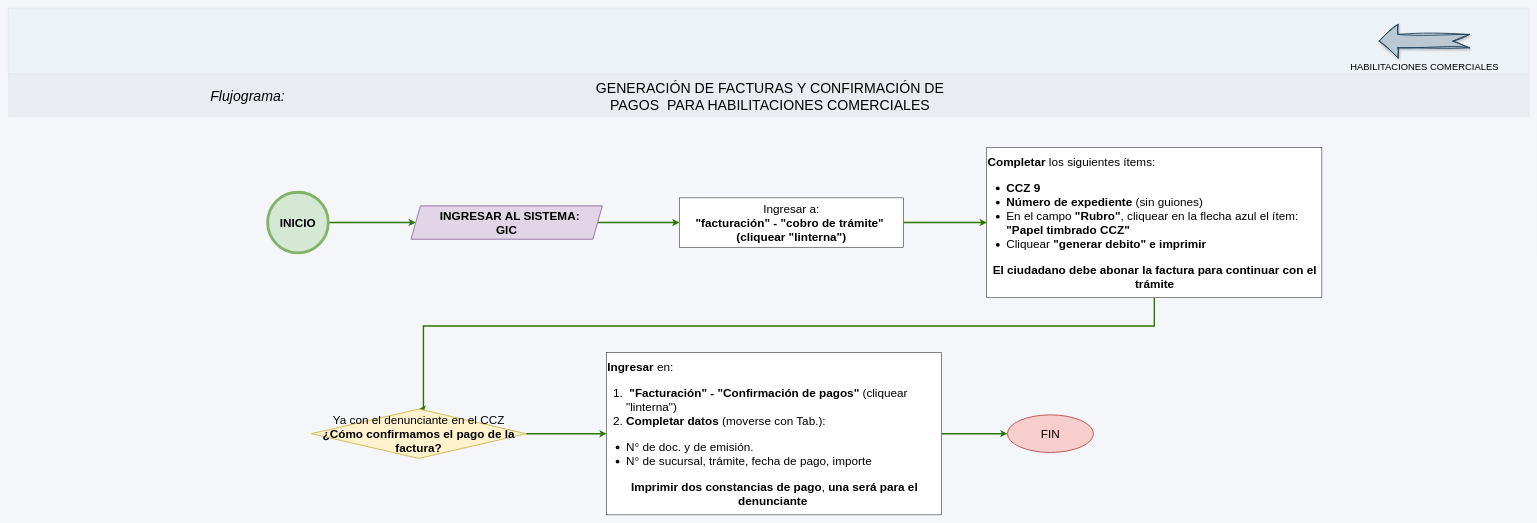
adlc20/Manual_de_procedimientos_ccz9 keeps this draw.io diagram as page "Facturas habilitaciones" (2 of 3) of Habilitaciones _comerciales/Habilitaciones comerciales.drawio. Above is the earlier version. Source tidied: cells renumbered, new cells numbered last; positions are measured from the earlier drawing's top-left corner, leaving out a move shared by most shapes. Both pictures are drawn from the tidied source at 47%, with x=0, y=0 at pixel (8, 8).
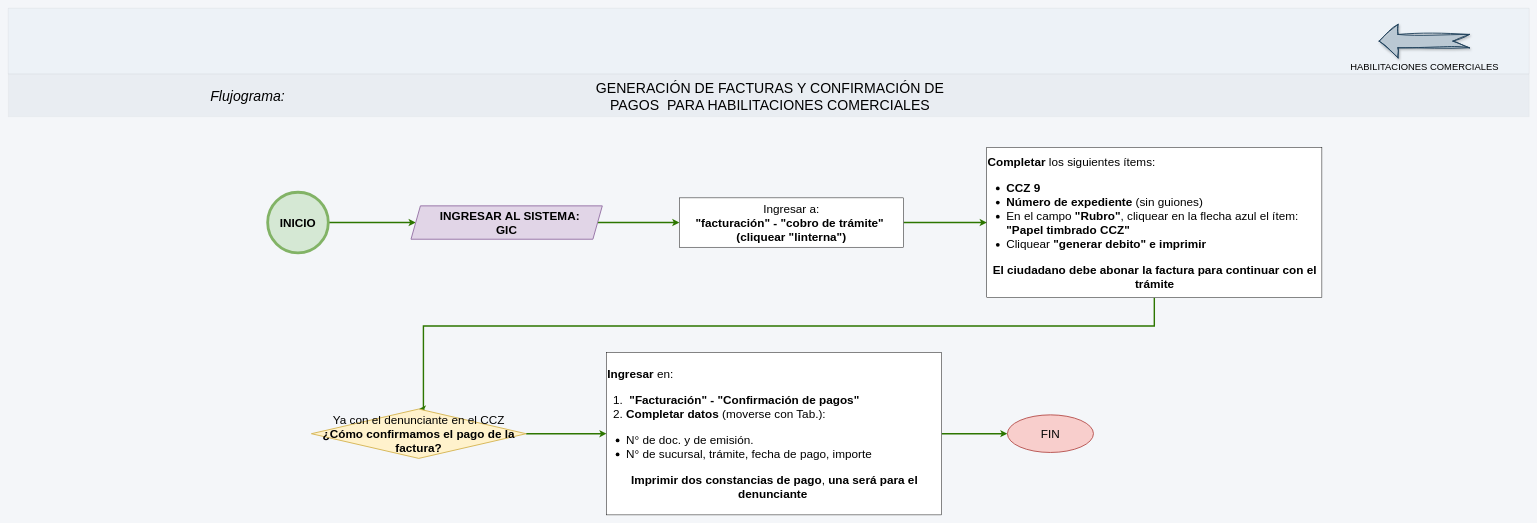
After the change.

What changed in the source:
```diff
@@
-    <mxCell id="18" value="&lt;span&gt;&lt;b&gt;Ingresar&lt;/b&gt; en:&lt;/span&gt;&lt;div&gt;&lt;ol&gt;&lt;li&gt;&lt;span&gt;&lt;b&gt;&amp;nbsp;&quot;Facturación&quot; - &quot;Confirmación de pagos&quot;&lt;/b&gt; (cliquear &quot;linterna&quot;)&lt;/span&gt;&lt;/li&gt;&lt;li&gt;&lt;span&gt;&lt;font style=&quot;color: rgb(0, 0, 0);&quot;&gt;&lt;b&gt;Completar datos&lt;/b&gt; (moverse con Tab.):&amp;nbsp;&lt;/font&gt;&lt;font style=&quot;color: rgb(255, 0, 0);&quot;&gt;&amp;nbsp;&lt;/font&gt;&lt;/span&gt;&lt;/li&gt;&lt;/ol&gt;&lt;ul&gt;&lt;li&gt;&lt;span style=&quot;color: light-dark(rgb(0, 0, 0), rgb(237, 237, 237)); background-color: transparent;&quot;&gt;N° de doc. y de emisión.&lt;/span&gt;&lt;/li&gt;&lt;li&gt;&lt;span style=&quot;color: light-dark(rgb(0, 0, 0), rgb(237, 237, 237)); background-color: transparent;&quot;&gt;N° de sucursal, trámite, fecha de pago, importe&amp;nbsp;&lt;/span&gt;&lt;/li&gt;&lt;/ul&gt;&lt;b style=&quot;background-color: transparent; color: light-dark(rgb(0, 0, 0), rgb(255, 255, 255));&quot;&gt;&lt;div style=&quot;text-align: center;&quot;&gt;&lt;b style=&quot;background-color: transparent; color: light-dark(rgb(0, 0, 0), rgb(255, 255, 255));&quot;&gt;Imprimir dos constancias de pago&lt;/b&gt;&lt;span style=&quot;background-color: transparent; color: light-dark(rgb(0, 0, 0), rgb(255, 255, 255)); font-weight: normal;&quot;&gt;, &lt;/span&gt;&lt;b style=&quot;background-color: transparent; color: light-dark(rgb(0, 0, 0), rgb(255, 255, 255));&quot;&gt;una será para el denunciante&lt;/b&gt;&lt;span style=&quot;background-color: transparent; color: light-dark(rgb(0, 0, 0), rgb(255, 255, 255)); font-weight: normal;&quot;&gt;&amp;nbsp;&lt;/span&gt;&lt;/div&gt;&lt;/b&gt;&lt;/div&gt;" style="rounded=0;whiteSpace=wrap;html=1;align=left;fontSize=25;" parent="1" vertex="1">
+    <mxCell id="18" value="&lt;span&gt;&lt;b&gt;Ingresar&lt;/b&gt; en:&lt;/span&gt;&lt;div&gt;&lt;ol&gt;&lt;li&gt;&lt;span&gt;&lt;b&gt;&amp;nbsp;&quot;Facturación&quot; - &quot;Confirmación de pagos&quot;&lt;/b&gt;&amp;nbsp;&lt;/span&gt;&lt;/li&gt;&lt;li&gt;&lt;span&gt;&lt;font style=&quot;color: rgb(0, 0, 0);&quot;&gt;&lt;b&gt;Completar datos&lt;/b&gt; (moverse con Tab.):&amp;nbsp;&lt;/font&gt;&lt;font style=&quot;color: rgb(255, 0, 0);&quot;&gt;&amp;nbsp;&lt;/font&gt;&lt;/span&gt;&lt;/li&gt;&lt;/ol&gt;&lt;ul&gt;&lt;li&gt;&lt;span style=&quot;color: light-dark(rgb(0, 0, 0), rgb(237, 237, 237)); background-color: transparent;&quot;&gt;N° de doc. y de emisión.&lt;/span&gt;&lt;/li&gt;&lt;li&gt;&lt;span style=&quot;color: light-dark(rgb(0, 0, 0), rgb(237, 237, 237)); background-color: transparent;&quot;&gt;N° de sucursal, trámite, fecha de pago, importe&amp;nbsp;&lt;/span&gt;&lt;/li&gt;&lt;/ul&gt;&lt;b style=&quot;background-color: transparent; color: light-dark(rgb(0, 0, 0), rgb(255, 255, 255));&quot;&gt;&lt;div style=&quot;text-align: center;&quot;&gt;&lt;b style=&quot;background-color: transparent; color: light-dark(rgb(0, 0, 0), rgb(255, 255, 255));&quot;&gt;Imprimir dos constancias de pago&lt;/b&gt;&lt;span style=&quot;background-color: transparent; color: light-dark(rgb(0, 0, 0), rgb(255, 255, 255)); font-weight: normal;&quot;&gt;, &lt;/span&gt;&lt;b style=&quot;background-color: transparent; color: light-dark(rgb(0, 0, 0), rgb(255, 255, 255));&quot;&gt;una será para el denunciante&lt;/b&gt;&lt;span style=&quot;background-color: transparent; color: light-dark(rgb(0, 0, 0), rgb(255, 255, 255)); font-weight: normal;&quot;&gt;&amp;nbsp;&lt;/span&gt;&lt;/div&gt;&lt;/b&gt;&lt;/div&gt;" style="rounded=0;whiteSpace=wrap;html=1;align=left;fontSize=25;" parent="1" vertex="1">
       <mxGeometry x="1273" y="732.5" width="713" height="345.5" as="geometry" />
     </mxCell>
```
